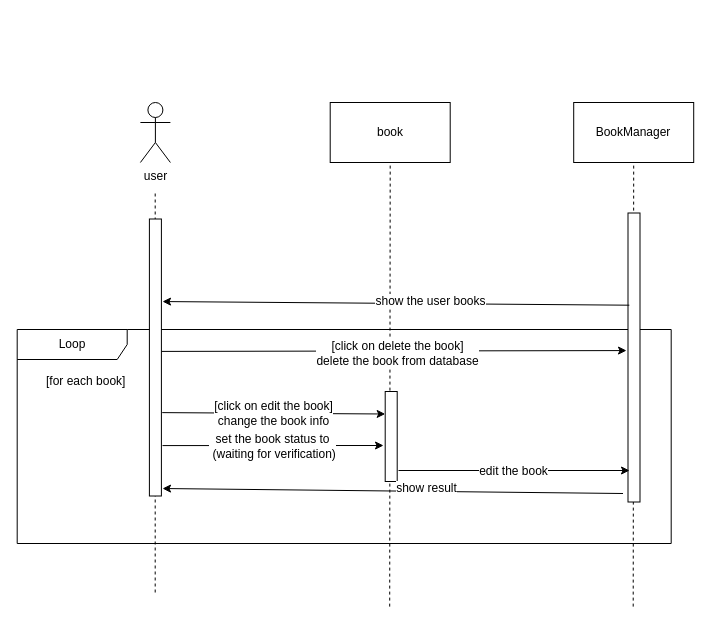
This is Communication Diagram/communication-diagram-book-management.drawio from m-bassiri/HamyarApp, a draw.io file, before an edit. Source tidied: cells renumbered, new cells numbered last; positions are measured from the earlier drawing's top-left corner, leaving out a move shared by most shapes. Both pictures are drawn from the tidied source at 100%, with x=0, y=0 at pixel (16, 102).
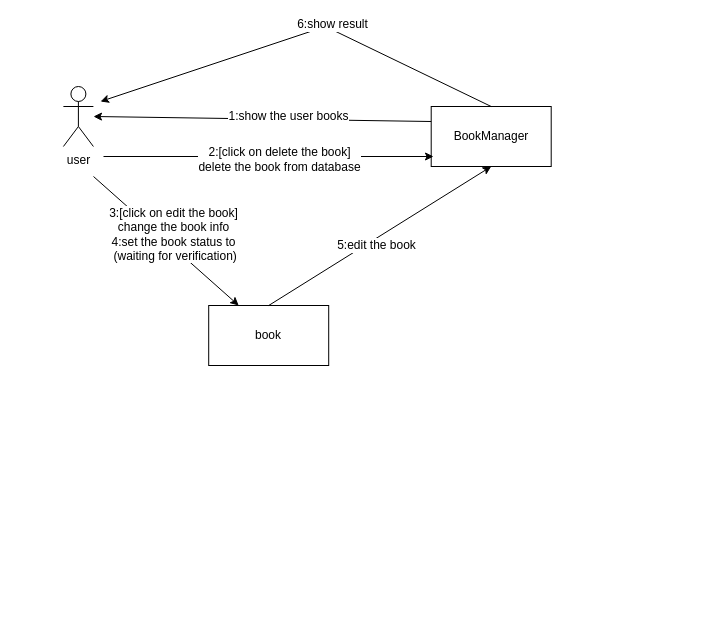
The same diagram, later.

What changed in the source:
```diff
@@
-    <mxCell id="2" value="Loop" style="shape=umlFrame;whiteSpace=wrap;html=1;width=110;height=30;" parent="1" vertex="1">
-      <mxGeometry x="0.7" y="227" width="654" height="214" as="geometry" />
-    </mxCell>
     <mxCell id="3" value="user" style="shape=umlActor;verticalLabelPosition=bottom;labelBackgroundColor=#ffffff;verticalAlign=top;html=1;" parent="1" vertex="1">
-      <mxGeometry x="123.9" width="30" height="60" as="geometry" />
+      <mxGeometry x="46.9" y="-16" width="30" height="60" as="geometry" />
     </mxCell>
-    <mxCell id="4" style="endArrow=none;dashed=1;html=1;" parent="1" edge="1">
-      <mxGeometry relative="1" as="geometry">
-        <mxPoint x="138.7" y="490" as="sourcePoint" />
-        <mxPoint x="138.7" y="90" as="targetPoint" />
-      </mxGeometry>
-    </mxCell>
     <mxCell id="5" value="book" style="rounded=0;whiteSpace=wrap;html=1;" parent="1" vertex="1">
-      <mxGeometry x="313.7" width="120" height="60" as="geometry" />
+      <mxGeometry x="192.2" y="203" width="120" height="60" as="geometry" />
     </mxCell>
-    <mxCell id="6" style="endArrow=none;dashed=1;html=1;entryX=0.5;entryY=1;entryDx=0;entryDy=0;" parent="1" edge="1" target="5">
-      <mxGeometry relative="1" as="geometry">
-        <mxPoint x="373.2" y="504.1" as="sourcePoint" />
-      </mxGeometry>
-    </mxCell>
-    <mxCell id="7" style="rounded=0;whiteSpace=wrap;html=1;rotation=-90;" parent="1" vertex="1">
-      <mxGeometry x="0.4" y="249" width="277" height="12" as="geometry" />
-    </mxCell>
-    <mxCell id="8" style="rounded=0;whiteSpace=wrap;html=1;rotation=-90;" parent="1" vertex="1">
-      <mxGeometry x="329.7" y="328" width="90" height="12" as="geometry" />
-    </mxCell>
     <mxCell id="9" value="BookManager" style="rounded=0;whiteSpace=wrap;html=1;" parent="1" vertex="1">
-      <mxGeometry x="557.2" width="120" height="60" as="geometry" />
+      <mxGeometry x="414.7" y="4" width="120" height="60" as="geometry" />
     </mxCell>
-    <mxCell id="10" style="endArrow=none;dashed=1;html=1;entryX=0.5;entryY=1;entryDx=0;entryDy=0;" parent="1" edge="1" target="9">
-      <mxGeometry relative="1" as="geometry">
-        <mxPoint x="616.7" y="504.1" as="sourcePoint" />
-      </mxGeometry>
-    </mxCell>
-    <mxCell id="11" style="rounded=0;whiteSpace=wrap;html=1;rotation=-90;" parent="1" vertex="1">
-      <mxGeometry x="473" y="249" width="289" height="12" as="geometry" />
-    </mxCell>
-    <mxCell id="12" style="endArrow=classic;html=1;entryX=0.702;entryY=1.093;entryDx=0;entryDy=0;entryPerimeter=0;exitX=0.681;exitY=0.111;exitDx=0;exitDy=0;exitPerimeter=0;" parent="1" edge="1" source="11" target="7">
-      <mxGeometry relative="1" as="geometry" />
+    <mxCell id="12" style="endArrow=classic;html=1;exitX=0;exitY=0.25;exitDx=0;exitDy=0;" parent="1" edge="1" source="9">
+      <mxGeometry relative="1" as="geometry">
+        <mxPoint x="77" y="14" as="targetPoint" />
+      </mxGeometry>
     </mxCell>
-    <mxCell id="13" value="show the user books" style="text;html=1;align=center;verticalAlign=middle;labelBackgroundColor=#ffffff;" parent="12" vertex="1">
+    <mxCell id="13" value="1:show the user books" style="text;html=1;align=center;verticalAlign=middle;labelBackgroundColor=#ffffff;" parent="12" vertex="1">
       <mxGeometry x="-0.12" y="5" relative="1" as="geometry">
         <mxPoint x="6" y="-8" as="offset" />
       </mxGeometry>
     </mxCell>
-    <mxCell id="14" style="endArrow=classic;html=1;entryX=0.524;entryY=-0.125;entryDx=0;entryDy=0;entryPerimeter=0;exitX=0.522;exitY=1.01;exitDx=0;exitDy=0;exitPerimeter=0;" parent="1" edge="1" source="7" target="11">
-      <mxGeometry relative="1" as="geometry" />
+    <mxCell id="14" style="endArrow=classic;html=1;" parent="1" edge="1">
+      <mxGeometry relative="1" as="geometry">
+        <mxPoint x="87" y="54" as="sourcePoint" />
+        <mxPoint x="417" y="54" as="targetPoint" />
+      </mxGeometry>
     </mxCell>
-    <mxCell id="15" value="[click on delete the book]&lt;br&gt;delete the book from database&lt;br&gt;" style="text;html=1;align=center;verticalAlign=middle;labelBackgroundColor=#ffffff;" parent="14" vertex="1">
+    <mxCell id="15" value="2:[click on delete the book]&lt;br&gt;delete the book from database&lt;br&gt;" style="text;html=1;align=center;verticalAlign=middle;labelBackgroundColor=#ffffff;" parent="14" vertex="1">
       <mxGeometry x="-0.12" y="5" relative="1" as="geometry">
         <mxPoint x="30.5" y="7" as="offset" />
       </mxGeometry>
     </mxCell>
-    <mxCell id="16" value="[for each book]" style="text;html=1;align=left;verticalAlign=top;spacingTop=-4;" parent="1" vertex="1">
-      <mxGeometry x="27.7" y="269" width="90" height="20" as="geometry" />
-    </mxCell>
-    <mxCell id="17" style="endArrow=classic;html=1;entryX=0.75;entryY=0;entryDx=0;entryDy=0;exitX=0.301;exitY=1.069;exitDx=0;exitDy=0;exitPerimeter=0;" parent="1" edge="1" source="7" target="8">
-      <mxGeometry relative="1" as="geometry" />
+    <mxCell id="17" style="endArrow=classic;html=1;entryX=0.25;entryY=0;entryDx=0;entryDy=0;" parent="1" edge="1" target="5">
+      <mxGeometry relative="1" as="geometry">
+        <mxPoint x="77" y="74" as="sourcePoint" />
+      </mxGeometry>
     </mxCell>
-    <mxCell id="18" value="[click on edit the book]&lt;br&gt;change the book info&lt;br&gt;" style="text;html=1;align=center;verticalAlign=middle;labelBackgroundColor=#ffffff;" parent="17" vertex="1">
+    <mxCell id="18" value="3:[click on edit the book]&lt;br&gt;change the book info&lt;br&gt;4:set the book status to&lt;br&gt;&amp;nbsp;(waiting for verification)&lt;br&gt;" style="text;html=1;align=center;verticalAlign=middle;labelBackgroundColor=#ffffff;" parent="17" vertex="1">
       <mxGeometry x="-0.12" y="5" relative="1" as="geometry">
         <mxPoint x="12.5" y="5" as="offset" />
       </mxGeometry>
     </mxCell>
-    <mxCell id="19" style="endArrow=classic;html=1;exitX=0.182;exitY=1.093;exitDx=0;exitDy=0;exitPerimeter=0;" parent="1" edge="1" source="7">
-      <mxGeometry relative="1" as="geometry">
-        <mxPoint x="367" y="343" as="targetPoint" />
-      </mxGeometry>
-    </mxCell>
-    <mxCell id="20" value="set the book status to&lt;br&gt;&amp;nbsp;(waiting for verification)&lt;br&gt;" style="text;html=1;align=center;verticalAlign=middle;labelBackgroundColor=#ffffff;" parent="19" vertex="1">
-      <mxGeometry x="-0.12" y="5" relative="1" as="geometry">
-        <mxPoint x="12.5" y="5" as="offset" />
-      </mxGeometry>
-    </mxCell>
-    <mxCell id="21" style="endArrow=classic;html=1;entryX=0.109;entryY=-0.292;entryDx=0;entryDy=0;entryPerimeter=0;exitX=0.122;exitY=0.69;exitDx=0;exitDy=0;exitPerimeter=0;" parent="1" edge="1">
-      <mxGeometry relative="1" as="geometry">
-        <mxPoint x="382" y="368" as="sourcePoint" />
-        <mxPoint x="613" y="368" as="targetPoint" />
-      </mxGeometry>
-    </mxCell>
-    <mxCell id="22" value="edit the book" style="text;html=1;align=center;verticalAlign=middle;labelBackgroundColor=#ffffff;" parent="21" vertex="1">
-      <mxGeometry x="-0.12" y="5" relative="1" as="geometry">
-        <mxPoint x="12.5" y="5" as="offset" />
-      </mxGeometry>
-    </mxCell>
-    <mxCell id="23" style="endArrow=classic;html=1;entryX=0.027;entryY=1.093;entryDx=0;entryDy=0;entryPerimeter=0;exitX=0.681;exitY=0.111;exitDx=0;exitDy=0;exitPerimeter=0;" parent="1" edge="1" target="7">
+    <mxCell id="23" style="endArrow=classic;html=1;entryX=0.027;entryY=1.093;entryDx=0;entryDy=0;entryPerimeter=0;exitX=0.5;exitY=0;exitDx=0;exitDy=0;" parent="1" edge="1" source="9">
       <mxGeometry relative="1" as="geometry">
-        <mxPoint x="606.5" y="391" as="sourcePoint" />
+        <mxPoint x="84" y="-1" as="targetPoint" />
+        <Array as="points">
+          <mxPoint x="309" y="-76" />
+        </Array>
       </mxGeometry>
     </mxCell>
-    <mxCell id="24" value="show result" style="text;html=1;align=center;verticalAlign=middle;labelBackgroundColor=#ffffff;" parent="23" vertex="1">
+    <mxCell id="24" value="6:show result" style="text;html=1;align=center;verticalAlign=middle;labelBackgroundColor=#ffffff;" parent="23" vertex="1">
       <mxGeometry x="-0.12" y="5" relative="1" as="geometry">
         <mxPoint x="6" y="-8" as="offset" />
       </mxGeometry>
     </mxCell>
+    <mxCell id="25" style="endArrow=classic;html=1;entryX=0.5;entryY=1;entryDx=0;entryDy=0;exitX=0.5;exitY=0;exitDx=0;exitDy=0;" parent="1" edge="1" source="5" target="9">
+      <mxGeometry relative="1" as="geometry" />
+    </mxCell>
+    <mxCell id="26" value="5:edit the book" style="text;html=1;align=center;verticalAlign=middle;labelBackgroundColor=#ffffff;" parent="25" vertex="1">
+      <mxGeometry x="-0.12" y="5" relative="1" as="geometry">
+        <mxPoint x="12.5" y="5" as="offset" />
+      </mxGeometry>
+    </mxCell>
```
